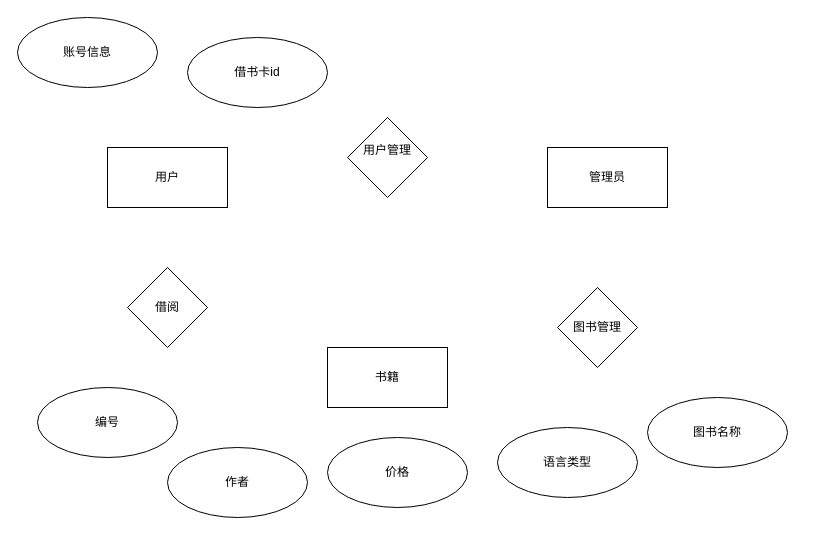
This is E-R.drawio from hzt99/project, a draw.io file, before an edit. Source tidied: cells renumbered, new cells numbered last; positions are measured from the earlier drawing's top-left corner, leaving out a move shared by most shapes. Both pictures are drawn from the tidied source at 100%, with x=0, y=0 at pixel (17, 17).
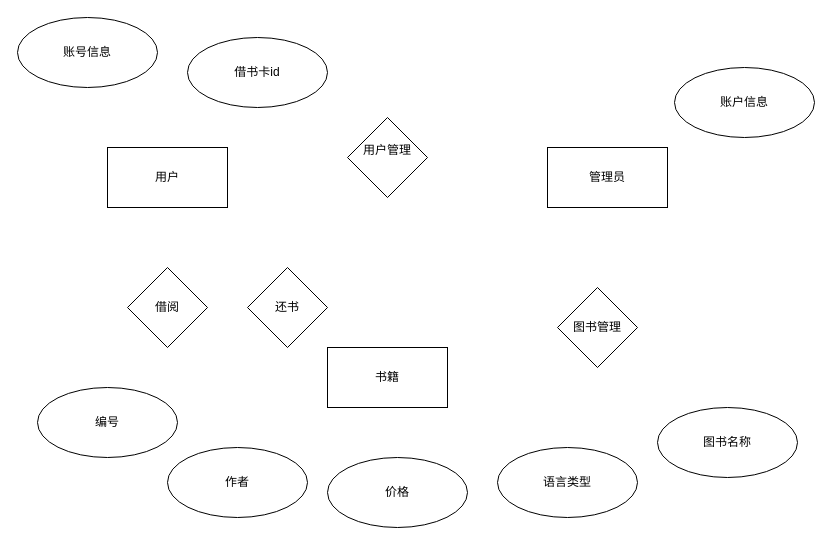
After the change.

Diff of the diagram source:
```diff
@@
 <mxGraphModel>
   <root>
     <mxCell id="0" />
     <mxCell id="1" parent="0" />
     <mxCell id="2" value="用户" style="rounded=0;whiteSpace=wrap;html=1;" parent="1" vertex="1">
       <mxGeometry x="90" y="130" width="120" height="60" as="geometry" />
     </mxCell>
     <mxCell id="3" value="管理员" style="rounded=0;whiteSpace=wrap;html=1;" parent="1" vertex="1">
       <mxGeometry x="530" y="130" width="120" height="60" as="geometry" />
     </mxCell>
     <mxCell id="4" value="书籍" style="rounded=0;whiteSpace=wrap;html=1;" parent="1" vertex="1">
       <mxGeometry x="310" y="330" width="120" height="60" as="geometry" />
     </mxCell>
     <mxCell id="5" value="账号信息" style="ellipse;whiteSpace=wrap;html=1;" parent="1" vertex="1">
       <mxGeometry width="140" height="70" as="geometry" />
     </mxCell>
     <mxCell id="6" value="借阅" style="rhombus;whiteSpace=wrap;html=1;" parent="1" vertex="1">
       <mxGeometry x="110" y="250" width="80" height="80" as="geometry" />
     </mxCell>
     <mxCell id="7" value="用户管理&lt;div&gt;&lt;br&gt;&lt;/div&gt;" style="rhombus;whiteSpace=wrap;html=1;" parent="1" vertex="1">
       <mxGeometry x="330" y="100" width="80" height="80" as="geometry" />
     </mxCell>
     <mxCell id="8" value="图书管理" style="rhombus;whiteSpace=wrap;html=1;" parent="1" vertex="1">
       <mxGeometry x="540" y="270" width="80" height="80" as="geometry" />
     </mxCell>
     <mxCell id="9" value="作者" style="ellipse;whiteSpace=wrap;html=1;" parent="1" vertex="1">
       <mxGeometry x="150" y="430" width="140" height="70" as="geometry" />
     </mxCell>
     <mxCell id="10" value="价格" style="ellipse;whiteSpace=wrap;html=1;" parent="1" vertex="1">
-      <mxGeometry x="310" y="420" width="140" height="70" as="geometry" />
+      <mxGeometry x="310" y="440" width="140" height="70" as="geometry" />
     </mxCell>
     <mxCell id="11" value="借书卡id" style="ellipse;whiteSpace=wrap;html=1;" parent="1" vertex="1">
       <mxGeometry x="170" y="20" width="140" height="70" as="geometry" />
     </mxCell>
     <mxCell id="12" value="语言类型" style="ellipse;whiteSpace=wrap;html=1;" parent="1" vertex="1">
-      <mxGeometry x="480" y="410" width="140" height="70" as="geometry" />
+      <mxGeometry x="480" y="430" width="140" height="70" as="geometry" />
     </mxCell>
     <mxCell id="13" value="编号" style="ellipse;whiteSpace=wrap;html=1;" parent="1" vertex="1">
       <mxGeometry x="20" y="370" width="140" height="70" as="geometry" />
     </mxCell>
     <mxCell id="14" value="图书名称" style="ellipse;whiteSpace=wrap;html=1;" parent="1" vertex="1">
-      <mxGeometry x="630" y="380" width="140" height="70" as="geometry" />
+      <mxGeometry x="640" y="390" width="140" height="70" as="geometry" />
     </mxCell>
+    <mxCell id="15" value="账户信息" style="ellipse;whiteSpace=wrap;html=1;" parent="1" vertex="1">
+      <mxGeometry x="657" y="50" width="140" height="70" as="geometry" />
+    </mxCell>
+    <mxCell id="16" value="还书" style="rhombus;whiteSpace=wrap;html=1;" parent="1" vertex="1">
+      <mxGeometry x="230" y="250" width="80" height="80" as="geometry" />
+    </mxCell>
   </root>
 </mxGraphModel>
```
